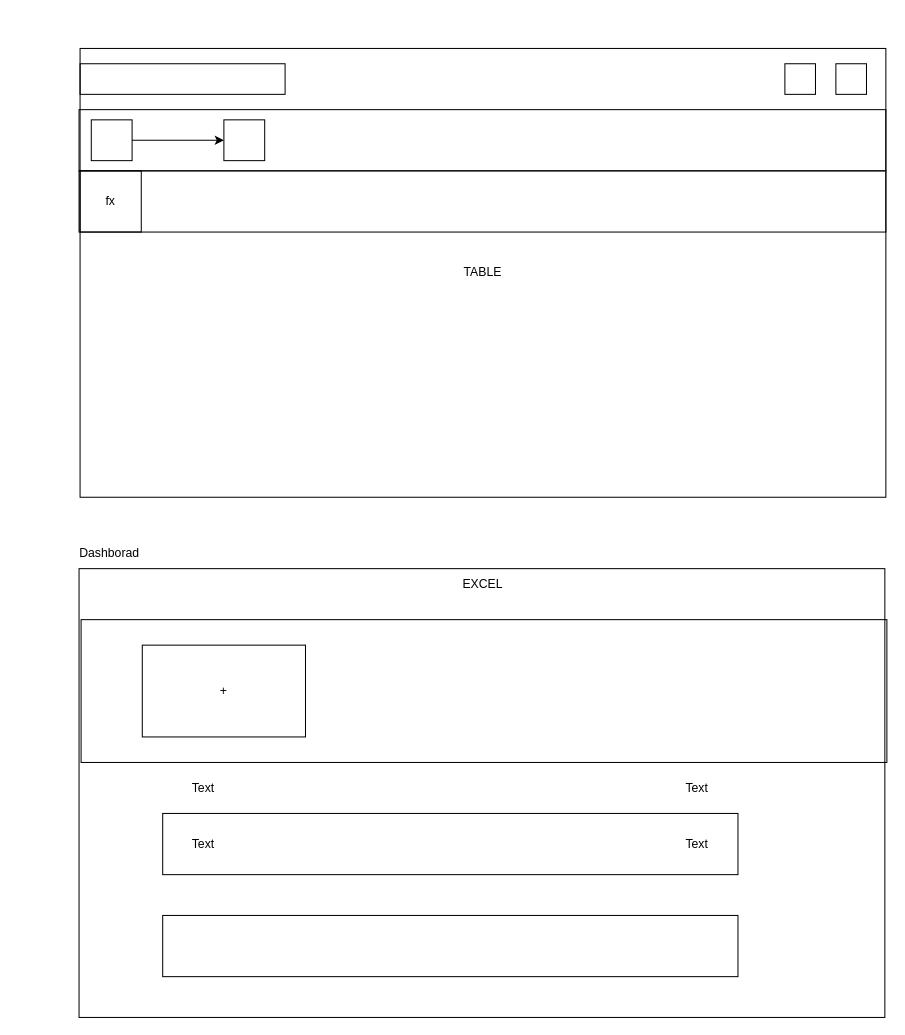
Before: Untitled Diagram.drawio in timofeyPython/Work, a draw.io diagram. Source tidied: cells renumbered, new cells numbered last; positions are measured from the earlier drawing's top-left corner, leaving out a move shared by most shapes. Both pictures are drawn from the tidied source at 102%, with x=0, y=0 at pixel (79, 48).
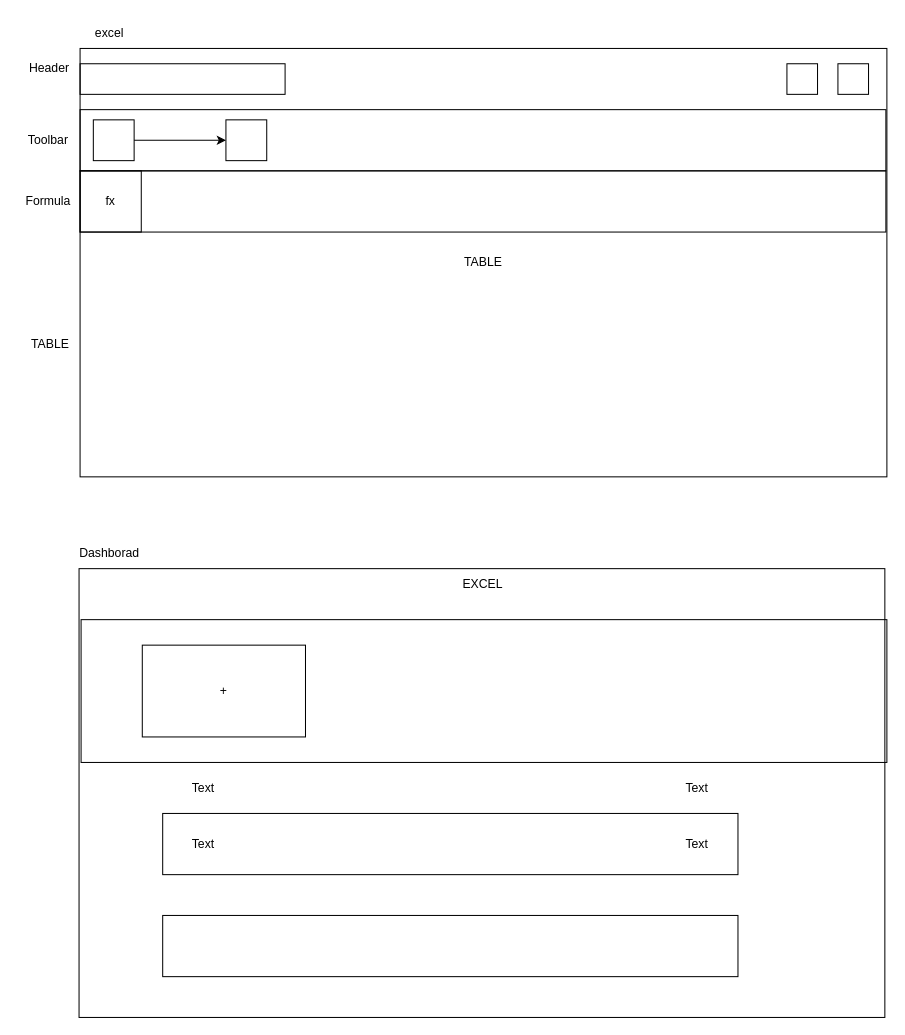
Above is the later version.

Diff of the diagram source:
```diff
@@
     <mxCell id="2" value="TABLE" style="rounded=0;whiteSpace=wrap;html=1;fillColor=none;" parent="1" vertex="1">
-      <mxGeometry x="1" width="790" height="440" as="geometry" />
+      <mxGeometry x="1" width="791" height="420" as="geometry" />
     </mxCell>
@@
     <mxCell id="4" style="whiteSpace=wrap;html=1;fillColor=none;" parent="1" vertex="1">
-      <mxGeometry x="742" y="15" width="30" height="30" as="geometry" />
+      <mxGeometry x="744" y="15" width="30" height="30" as="geometry" />
     </mxCell>
     <mxCell id="5" style="whiteSpace=wrap;html=1;fillColor=none;" parent="1" vertex="1">
-      <mxGeometry x="692" y="15" width="30" height="30" as="geometry" />
+      <mxGeometry x="694" y="15" width="30" height="30" as="geometry" />
     </mxCell>
     <mxCell id="6" style="rounded=0;whiteSpace=wrap;html=1;fillColor=none;" parent="1" vertex="1">
-      <mxGeometry y="60" width="791" height="60" as="geometry" />
+      <mxGeometry x="1" y="60" width="790" height="60" as="geometry" />
     </mxCell>
     <mxCell id="7" style="whiteSpace=wrap;html=1;fillColor=none;" parent="1" vertex="1">
-      <mxGeometry x="12" y="70" width="40" height="40" as="geometry" />
+      <mxGeometry x="14" y="70" width="40" height="40" as="geometry" />
     </mxCell>
     <mxCell id="8" style="whiteSpace=wrap;html=1;fillColor=none;" parent="1" vertex="1">
-      <mxGeometry x="142" y="70" width="40" height="40" as="geometry" />
+      <mxGeometry x="144" y="70" width="40" height="40" as="geometry" />
     </mxCell>
     <mxCell id="9" style="endArrow=classic;html=1;rounded=0;exitX=1;exitY=0.5;exitDx=0;exitDy=0;" parent="1" edge="1" source="7">
       <mxGeometry relative="1" as="geometry">
-        <mxPoint x="142" y="90" as="targetPoint" />
+        <mxPoint x="144" y="90" as="targetPoint" />
       </mxGeometry>
     </mxCell>
     <mxCell id="10" style="rounded=0;whiteSpace=wrap;html=1;fillColor=none;" parent="1" vertex="1">
-      <mxGeometry y="120" width="791" height="60" as="geometry" />
+      <mxGeometry x="1" y="120" width="790" height="60" as="geometry" />
     </mxCell>
@@
+    <mxCell id="23" value="excel" style="text;html=1;strokeColor=none;fillColor=none;align=center;verticalAlign=middle;whiteSpace=wrap;rounded=0;" parent="1" vertex="1">
+      <mxGeometry y="-30" width="60" height="30" as="geometry" />
+    </mxCell>
+    <mxCell id="24" value="Header" style="text;html=1;strokeColor=none;fillColor=none;align=center;verticalAlign=middle;whiteSpace=wrap;rounded=0;" parent="1" vertex="1">
+      <mxGeometry x="-59" width="60" height="40" as="geometry" />
+    </mxCell>
+    <mxCell id="25" value="Toolbar" style="text;html=1;strokeColor=none;fillColor=none;align=center;verticalAlign=middle;whiteSpace=wrap;rounded=0;" parent="1" vertex="1">
+      <mxGeometry x="-60" y="70" width="60" height="40" as="geometry" />
+    </mxCell>
+    <mxCell id="26" value="Formula" style="text;html=1;strokeColor=none;fillColor=none;align=center;verticalAlign=middle;whiteSpace=wrap;rounded=0;" parent="1" vertex="1">
+      <mxGeometry x="-60" y="120" width="60" height="60" as="geometry" />
+    </mxCell>
+    <mxCell id="27" value="TABLE" style="text;html=1;strokeColor=none;fillColor=none;align=center;verticalAlign=middle;whiteSpace=wrap;rounded=0;" parent="1" vertex="1">
+      <mxGeometry x="-58" y="260" width="60" height="60" as="geometry" />
+    </mxCell>
```
